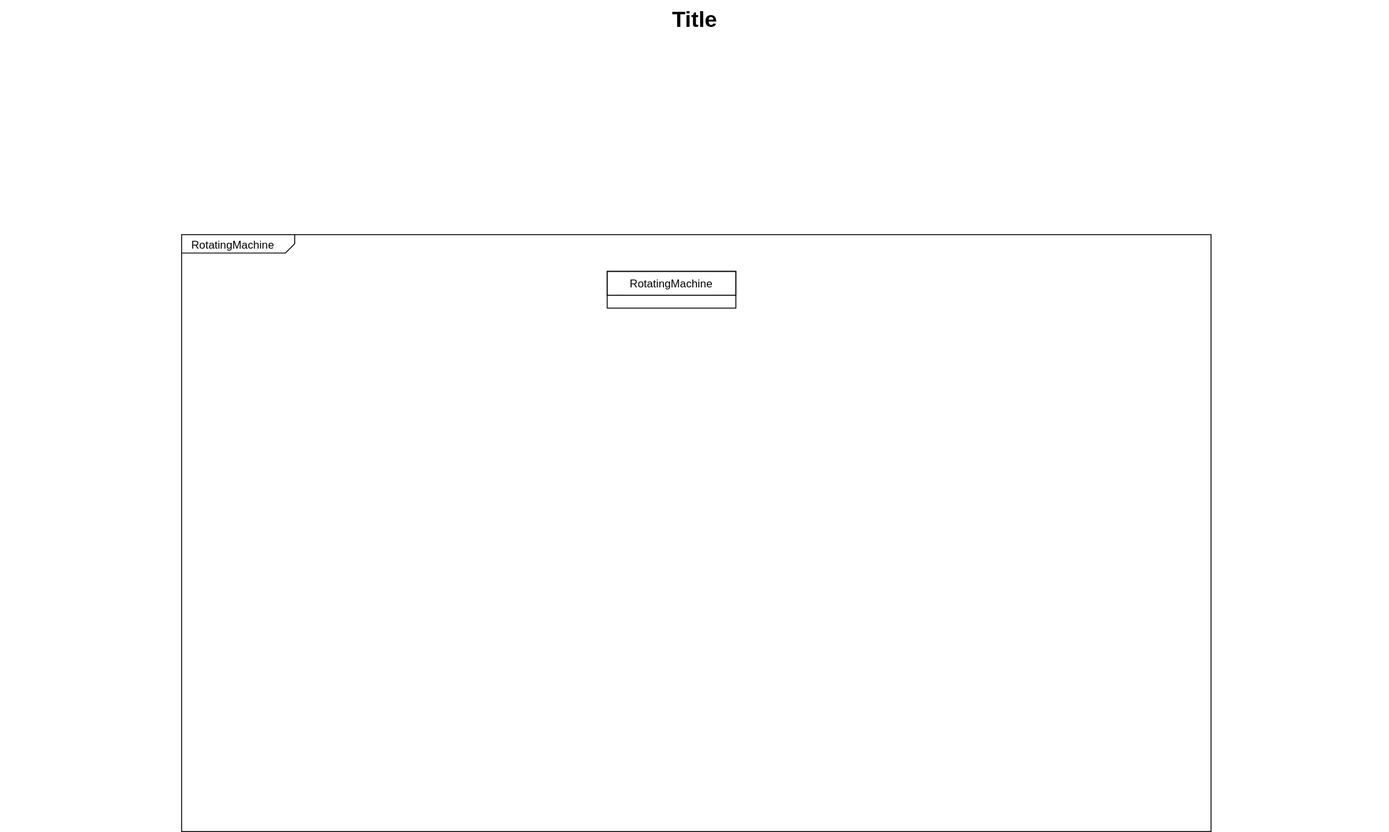
Earlier version of the draw.io export images/RotatingMachine.svg (ajpina/uffema). Source tidied: cells renumbered, new cells last; positions are measured from the earlier drawing's top-left corner, leaving out a move shared by most shapes.
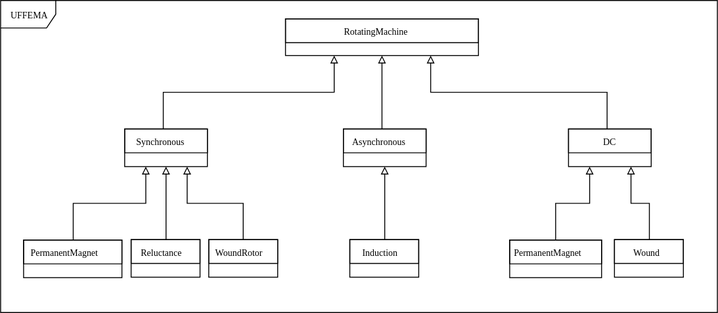
Above is the later version.

Diff of the diagram source:
```diff
@@ -1,15 +1,71 @@
-<mxGraphModel>
+<mxGraphModel background="#ffffff">
   <root>
-    <mxCell id="0" style="html=1;" />
+    <mxCell id="0" />
-    <mxCell id="1" style="html=1;" parent="0" />
+    <mxCell id="1" parent="0" />
+    <mxCell id="5" value="UFFEMA" style="shape=umlFrame;whiteSpace=wrap;html=1;rounded=0;shadow=0;comic=0;labelBackgroundColor=none;strokeColor=#000000;strokeWidth=1;fillColor=#ffffff;fontFamily=Verdana;fontSize=10;fontColor=#000000;align=center;" parent="1" vertex="1">
+      <mxGeometry x="-100" y="-20" width="780" height="340" as="geometry" />
+    </mxCell>
+    <mxCell id="6" style="edgeStyle=orthogonalEdgeStyle;rounded=0;html=1;exitX=0.75;exitY=1;entryX=0.466;entryY=0.052;entryPerimeter=0;startArrow=block;startFill=0;endArrow=none;endFill=0;jettySize=auto;" parent="1" edge="1" source="2" target="9">
+      <mxGeometry relative="1" as="geometry" />
+    </mxCell>
-    <mxCell id="2" value="&lt;p style=&quot;margin: 0px ; margin-top: 4px ; margin-left: 10px ; text-align: left&quot;&gt;RotatingMachine&lt;/p&gt;" style="html=1;strokeWidth=1;shape=mxgraph.sysml.package;html=1;overflow=fill;whiteSpace=wrap;fillColor=none;gradientColor=none;fontSize=12;align=center;labelX=123;" parent="1" vertex="1">
-      <mxGeometry x="197" y="255" width="1120" height="650" as="geometry" />
+    <mxCell id="2" value="RotatingMachine" style="swimlane;html=1;fontStyle=0;horizontal=1;startSize=26;fillColor=none;swimlaneFillColor=#ffffff;rounded=0;shadow=0;comic=0;labelBackgroundColor=none;strokeColor=#000000;strokeWidth=1;fontFamily=Verdana;fontSize=10;fontColor=#000000;align=center;" parent="1" vertex="1">
+      <mxGeometry x="210" width="210" height="40" as="geometry" />
     </mxCell>
-    <mxCell id="3" value="Title" style="text;strokeColor=none;fillColor=none;html=1;fontSize=24;fontStyle=1;verticalAlign=middle;align=center;" parent="1" vertex="1">
-      <mxGeometry width="1510" height="40" as="geometry" />
-    </mxCell>
+    <mxCell id="7" style="edgeStyle=orthogonalEdgeStyle;rounded=0;html=1;jettySize=auto;endArrow=none;endFill=0;startArrow=block;startFill=0;exitX=0.25;exitY=1;" parent="1" edge="1" source="9" target="4">
+      <mxGeometry relative="1" as="geometry" />
+    </mxCell>
+    <mxCell id="8" style="edgeStyle=orthogonalEdgeStyle;rounded=0;html=1;startArrow=block;startFill=0;endArrow=none;endFill=0;jettySize=auto;exitX=0.75;exitY=1;" parent="1" edge="1" source="9" target="10">
+      <mxGeometry relative="1" as="geometry" />
+    </mxCell>
+    <mxCell id="9" value="DC" style="swimlane;html=1;fontStyle=0;horizontal=1;startSize=26;fillColor=none;swimlaneFillColor=#ffffff;rounded=0;shadow=0;comic=0;labelBackgroundColor=none;strokeColor=#000000;strokeWidth=1;fontFamily=Verdana;fontSize=10;fontColor=#000000;align=center;" parent="1" vertex="1">
+      <mxGeometry x="518" y="120" width="90" height="41" as="geometry" />
+    </mxCell>
+    <mxCell id="10" value="Wound" style="swimlane;html=1;fontStyle=0;horizontal=1;startSize=26;fillColor=none;swimlaneFillColor=#ffffff;rounded=0;shadow=0;comic=0;labelBackgroundColor=none;strokeColor=#000000;strokeWidth=1;fontFamily=Verdana;fontSize=10;fontColor=#000000;align=center;" parent="1" vertex="1">
+      <mxGeometry x="568" y="240.5" width="75" height="41" as="geometry" />
+    </mxCell>
-    <mxCell id="4" value="RotatingMachine" style="swimlane;fontStyle=0;horizontal=1;startSize=26;fillColor=none;swimlaneFillColor=#ffffff;" parent="1" vertex="1">
-      <mxGeometry x="660" y="295" width="140" height="40" as="geometry" />
+    <mxCell id="4" value="PermanentMagnet" style="swimlane;html=1;fontStyle=0;horizontal=1;startSize=26;fillColor=none;swimlaneFillColor=#ffffff;rounded=0;shadow=0;comic=0;labelBackgroundColor=none;strokeColor=#000000;strokeWidth=1;fontFamily=Verdana;fontSize=10;fontColor=#000000;align=center;" parent="1" vertex="1">
+      <mxGeometry x="454" y="241" width="100" height="41" as="geometry" />
     </mxCell>
+    <mxCell id="11" style="edgeStyle=orthogonalEdgeStyle;rounded=0;html=1;exitX=0.5;exitY=1;entryX=0.466;entryY=0.052;entryPerimeter=0;startArrow=block;startFill=0;endArrow=none;endFill=0;jettySize=auto;" parent="1" edge="1" source="2" target="12">
+      <mxGeometry relative="1" as="geometry" />
+    </mxCell>
+    <mxCell id="12" value="Asynchronous" style="swimlane;html=1;fontStyle=0;horizontal=1;startSize=26;fillColor=none;swimlaneFillColor=#ffffff;rounded=0;shadow=0;comic=0;labelBackgroundColor=none;strokeColor=#000000;strokeWidth=1;fontFamily=Verdana;fontSize=10;fontColor=#000000;align=center;" parent="1" vertex="1">
+      <mxGeometry x="273" y="120" width="90" height="41" as="geometry" />
+    </mxCell>
+    <mxCell id="13" style="edgeStyle=orthogonalEdgeStyle;rounded=0;html=1;exitX=0.25;exitY=1;entryX=0.466;entryY=0.052;entryPerimeter=0;startArrow=block;startFill=0;endArrow=none;endFill=0;jettySize=auto;" parent="1" edge="1" source="2" target="15">
+      <mxGeometry relative="1" as="geometry">
+        <Array as="points">
+          <mxPoint x="263" y="80" />
+          <mxPoint x="77" y="80" />
+        </Array>
+      </mxGeometry>
+    </mxCell>
+    <mxCell id="14" style="edgeStyle=orthogonalEdgeStyle;rounded=0;html=1;startArrow=block;startFill=0;endArrow=none;endFill=0;jettySize=auto;exitX=0.75;exitY=1;" parent="1" edge="1" source="15" target="16">
+      <mxGeometry relative="1" as="geometry" />
+    </mxCell>
+    <mxCell id="15" value="Synchronous" style="swimlane;html=1;fontStyle=0;horizontal=1;startSize=26;fillColor=none;swimlaneFillColor=#ffffff;rounded=0;shadow=0;comic=0;labelBackgroundColor=none;strokeColor=#000000;strokeWidth=1;fontFamily=Verdana;fontSize=10;fontColor=#000000;align=center;" parent="1" vertex="1">
+      <mxGeometry x="35" y="120" width="90" height="41" as="geometry" />
+    </mxCell>
+    <mxCell id="16" value="WoundRotor" style="swimlane;html=1;fontStyle=0;horizontal=1;startSize=26;fillColor=none;swimlaneFillColor=#ffffff;rounded=0;shadow=0;comic=0;labelBackgroundColor=none;strokeColor=#000000;strokeWidth=1;fontFamily=Verdana;fontSize=10;fontColor=#000000;align=center;" parent="1" vertex="1">
+      <mxGeometry x="126.5" y="240.5" width="75" height="41" as="geometry" />
+    </mxCell>
+    <mxCell id="17" value="PermanentMagnet" style="swimlane;html=1;fontStyle=0;horizontal=1;startSize=26;fillColor=none;swimlaneFillColor=#ffffff;rounded=0;shadow=0;comic=0;labelBackgroundColor=none;strokeColor=#000000;strokeWidth=1;fontFamily=Verdana;fontSize=10;fontColor=#000000;align=center;" parent="1" vertex="1">
+      <mxGeometry x="-75" y="241" width="107" height="41" as="geometry" />
+    </mxCell>
+    <mxCell id="18" style="edgeStyle=orthogonalEdgeStyle;rounded=0;html=1;exitX=0.5;exitY=0;entryX=0.5;entryY=1;startArrow=none;startFill=0;endArrow=block;endFill=0;jettySize=auto;" parent="1" edge="1" source="19" target="12">
+      <mxGeometry relative="1" as="geometry" />
+    </mxCell>
+    <mxCell id="19" value="Induction" style="swimlane;html=1;fontStyle=0;horizontal=1;startSize=26;fillColor=none;swimlaneFillColor=#ffffff;rounded=0;shadow=0;comic=0;labelBackgroundColor=none;strokeColor=#000000;strokeWidth=1;fontFamily=Verdana;fontSize=10;fontColor=#000000;align=center;" parent="1" vertex="1">
+      <mxGeometry x="280" y="240.5" width="75" height="41" as="geometry" />
+    </mxCell>
+    <mxCell id="20" value="Reluctance" style="swimlane;html=1;fontStyle=0;horizontal=1;startSize=26;fillColor=none;swimlaneFillColor=#ffffff;rounded=0;shadow=0;comic=0;labelBackgroundColor=none;strokeColor=#000000;strokeWidth=1;fontFamily=Verdana;fontSize=10;fontColor=#000000;align=center;" parent="1" vertex="1">
+      <mxGeometry x="42" y="240.5" width="75" height="41" as="geometry" />
+    </mxCell>
+    <mxCell id="21" style="edgeStyle=orthogonalEdgeStyle;rounded=0;html=1;exitX=0.5;exitY=0;entryX=0.5;entryY=1;startArrow=none;startFill=0;endArrow=block;endFill=0;jettySize=auto;" parent="1" edge="1" source="20" target="15">
+      <mxGeometry relative="1" as="geometry" />
+    </mxCell>
+    <mxCell id="22" style="edgeStyle=orthogonalEdgeStyle;rounded=0;html=1;exitX=0.5;exitY=0;entryX=0.25;entryY=1;startArrow=none;startFill=0;endArrow=block;endFill=0;jettySize=auto;" parent="1" edge="1" source="17" target="15">
+      <mxGeometry relative="1" as="geometry" />
+    </mxCell>
   </root>
 </mxGraphModel>
```
